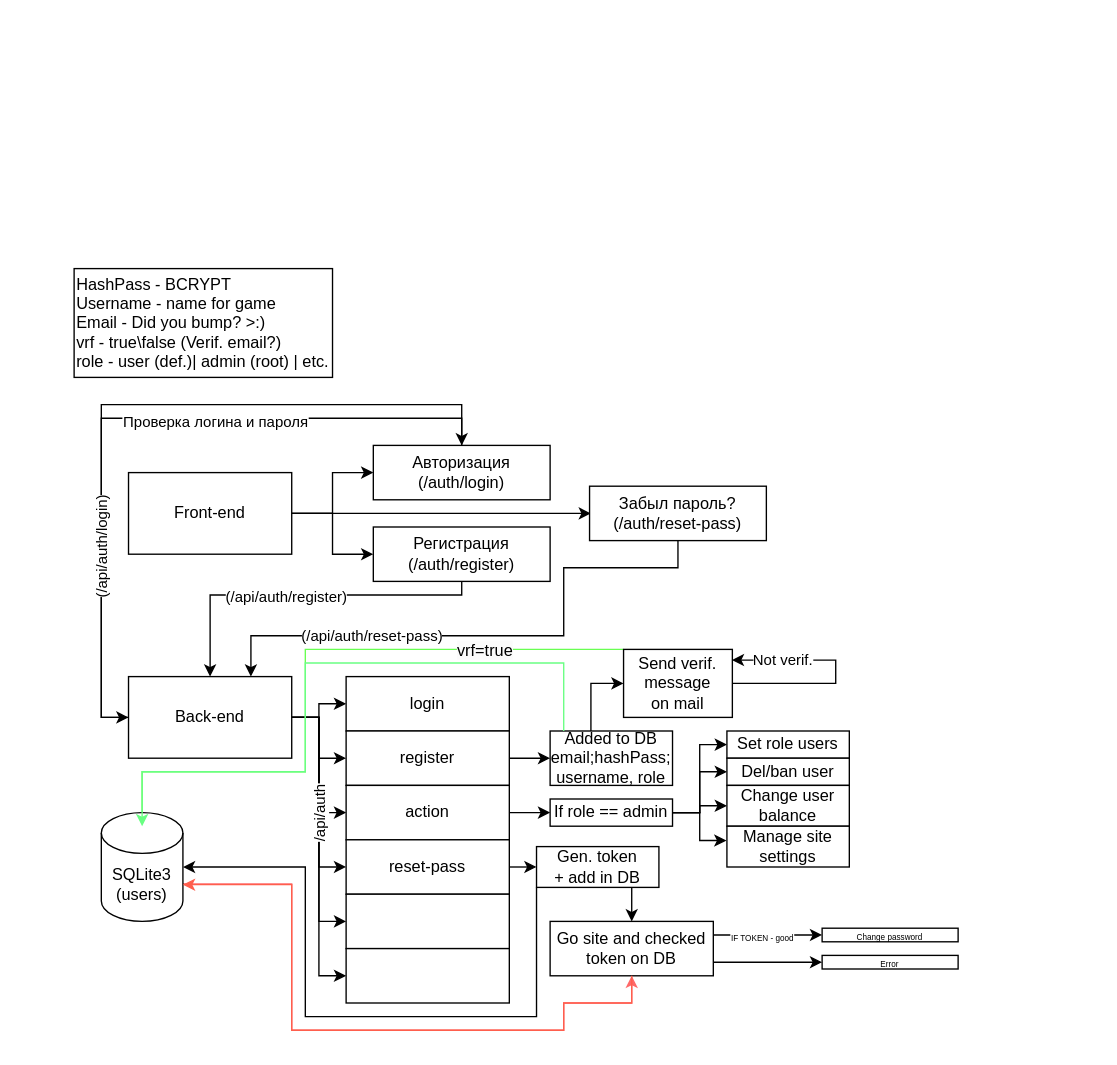
Above: Site-node.js.drawio in akirovitaliXD/Git (draw.io), before the change. Source tidied: cells renumbered, new cells numbered last; positions are measured from the earlier drawing's top-left corner, leaving out a move shared by most shapes. Both pictures are drawn from the tidied source at 136%, with x=0, y=0 at pixel (73, 268).
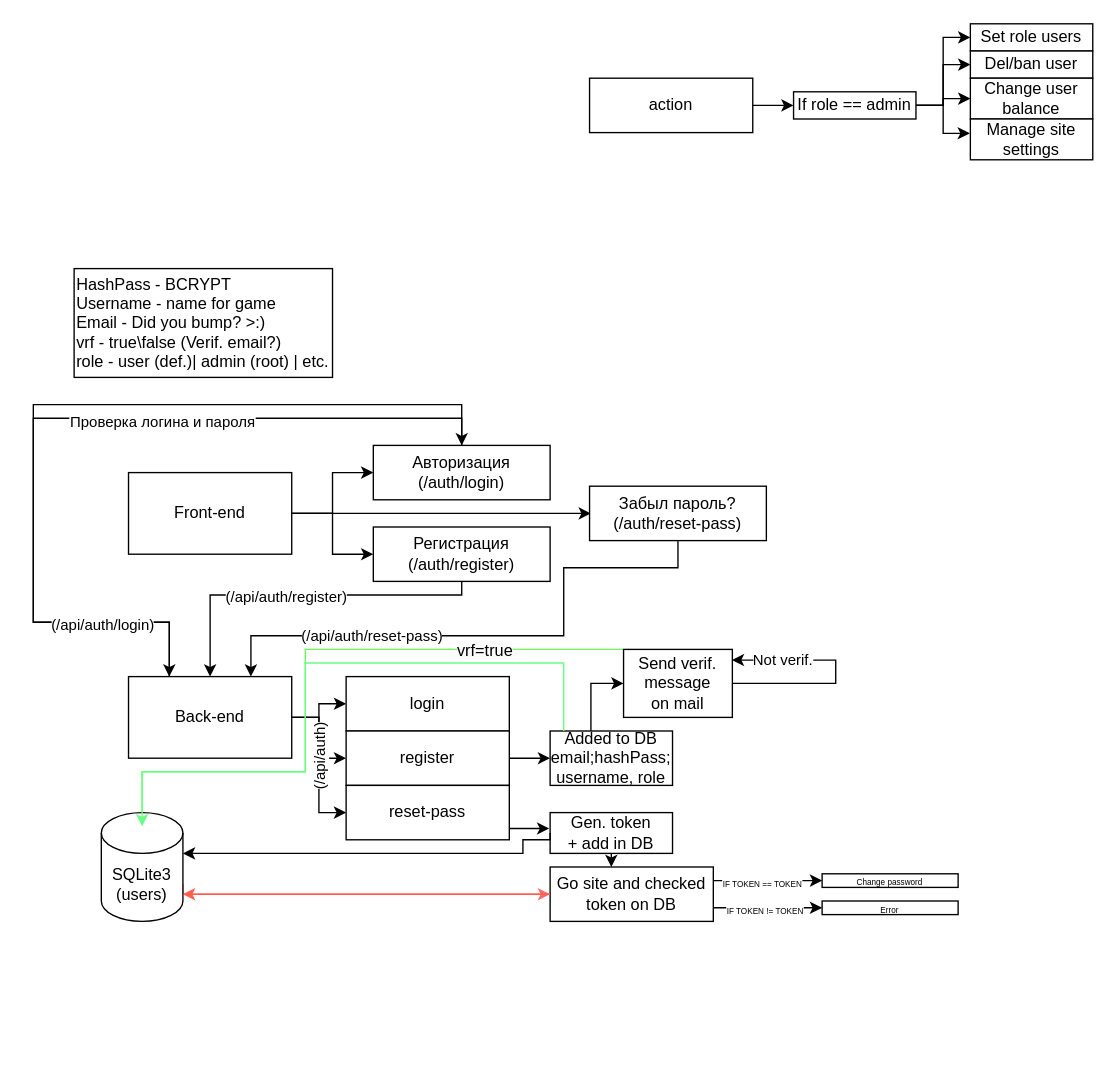
Above is the later version.

The change refers to these unchanged cells:
```xml
<mxCell id="8" style="edgeStyle=orthogonalEdgeStyle;rounded=0;jettySize=auto;html=1;entryX=0;entryY=0.5;entryDx=0;entryDy=0;" parent="1" edge="1" source="12" target="27">
  <mxGeometry relative="1" as="geometry" />
</mxCell>
<mxCell id="12" value="Back-end" style="rounded=0;whiteSpace=wrap;html=1;" parent="1" vertex="1">
  <mxGeometry x="40" y="300" width="120" height="60" as="geometry" />
</mxCell>
<mxCell id="18" value="Авторизация&lt;br&gt;(/auth/login)" style="rounded=0;whiteSpace=wrap;html=1;" parent="1" vertex="1">
  <mxGeometry x="220" y="130" width="130" height="40" as="geometry" />
</mxCell>
<mxCell id="38" value="SQLite3&lt;br&gt;(users)" style="shape=cylinder3;whiteSpace=wrap;html=1;boundedLbl=1;backgroundOutline=1;size=15;" parent="1" vertex="1">
  <mxGeometry x="20" y="400" width="60" height="80" as="geometry" />
</mxCell>
```

The edit, as a diff of the source:
```diff
@@
-    <mxCell id="7" style="edgeStyle=orthogonalEdgeStyle;rounded=0;jettySize=auto;html=1;entryX=0;entryY=0.5;entryDx=0;entryDy=0;" parent="1" edge="1" source="12" target="26">
-      <mxGeometry relative="1" as="geometry" />
-    </mxCell>
@@
-    <mxCell id="9" style="edgeStyle=orthogonalEdgeStyle;rounded=0;jettySize=auto;html=1;entryX=0;entryY=0.5;entryDx=0;entryDy=0;" parent="1" edge="1" source="12" target="28">
-      <mxGeometry relative="1" as="geometry" />
-    </mxCell>
-    <mxCell id="10" style="edgeStyle=orthogonalEdgeStyle;rounded=0;jettySize=auto;html=1;entryX=0;entryY=0.5;entryDx=0;entryDy=0;" parent="1" edge="1" source="12" target="29">
-      <mxGeometry relative="1" as="geometry" />
-    </mxCell>
-    <mxCell id="11" value="/api/auth" style="edgeLabel;html=1;align=center;verticalAlign=middle;rotation=-90;" parent="10" vertex="1">
-      <mxGeometry x="-0.2" relative="1" as="geometry" />
-    </mxCell>
+    <mxCell id="64" value="(/api/auth)" style="edgeLabel;html=1;align=center;verticalAlign=middle;rotation=-90;" parent="8" vertex="1">
+      <mxGeometry x="-0.21" relative="1" as="geometry">
+        <mxPoint y="7" as="offset" />
+      </mxGeometry>
+    </mxCell>
@@
-    <mxCell id="16" style="edgeStyle=orthogonalEdgeStyle;rounded=0;jettySize=auto;html=1;entryX=0;entryY=0.5;entryDx=0;entryDy=0;" parent="1" edge="1" source="18" target="12">
+    <mxCell id="16" style="edgeStyle=orthogonalEdgeStyle;rounded=0;jettySize=auto;html=1;entryX=0.25;entryY=0;entryDx=0;entryDy=0;" parent="1" edge="1" source="18" target="12">
       <mxGeometry relative="1" as="geometry">
         <Array as="points">
           <mxPoint x="285" y="110" />
-          <mxPoint x="20" y="110" />
-          <mxPoint x="20" y="330" />
+          <mxPoint x="-30" y="110" />
+          <mxPoint x="-30" y="260" />
+          <mxPoint x="70" y="260" />
         </Array>
       </mxGeometry>
     </mxCell>
@@
-    <mxCell id="20" style="edgeStyle=orthogonalEdgeStyle;rounded=0;jettySize=auto;html=1;entryX=0.5;entryY=0;entryDx=0;entryDy=0;" parent="1" edge="1" source="12" target="18">
+    <mxCell id="20" style="edgeStyle=orthogonalEdgeStyle;rounded=0;jettySize=auto;html=1;entryX=0.5;entryY=0;entryDx=0;entryDy=0;exitX=0.25;exitY=0;exitDx=0;exitDy=0;" parent="1" edge="1" source="12" target="18">
       <mxGeometry relative="1" as="geometry">
         <Array as="points">
-          <mxPoint x="20" y="330" />
-          <mxPoint x="20" y="100" />
+          <mxPoint x="70" y="260" />
+          <mxPoint x="-30" y="260" />
+          <mxPoint x="-30" y="100" />
           <mxPoint x="285" y="100" />
         </Array>
       </mxGeometry>
     </mxCell>
-    <mxCell id="21" value="(/api/auth/login)" style="edgeLabel;html=1;align=center;verticalAlign=middle;rotation=-90;" parent="20" vertex="1">
-      <mxGeometry x="-0.47" relative="1" as="geometry" />
+    <mxCell id="21" value="(/api/auth/login)" style="edgeLabel;html=1;align=center;verticalAlign=middle;rotation=0;" parent="20" vertex="1">
+      <mxGeometry x="-0.47" relative="1" as="geometry">
+        <mxPoint x="50" y="32" as="offset" />
+      </mxGeometry>
     </mxCell>
@@
     <mxCell id="25" style="edgeStyle=orthogonalEdgeStyle;rounded=0;jettySize=auto;html=1;" parent="1" edge="1" source="26">
       <mxGeometry relative="1" as="geometry">
-        <mxPoint x="350" y="400" as="targetPoint" />
+        <mxPoint x="529" y="-120" as="targetPoint" />
       </mxGeometry>
     </mxCell>
     <mxCell id="26" value="action" style="rounded=0;whiteSpace=wrap;html=1;" parent="1" vertex="1">
-      <mxGeometry x="200" y="380" width="120" height="40" as="geometry" />
+      <mxGeometry x="379" y="-140" width="120" height="40" as="geometry" />
     </mxCell>
     <mxCell id="27" value="reset-pass" style="rounded=0;whiteSpace=wrap;html=1;" parent="1" vertex="1">
-      <mxGeometry x="200" y="420" width="120" height="40" as="geometry" />
+      <mxGeometry x="200" y="380" width="120" height="40" as="geometry" />
     </mxCell>
-    <mxCell id="28" style="rounded=0;whiteSpace=wrap;html=1;" parent="1" vertex="1">
-      <mxGeometry x="200" y="460" width="120" height="40" as="geometry" />
-    </mxCell>
-    <mxCell id="29" style="rounded=0;whiteSpace=wrap;html=1;" parent="1" vertex="1">
-      <mxGeometry x="200" y="500" width="120" height="40" as="geometry" />
-    </mxCell>
@@
-    <mxCell id="37" style="edgeStyle=orthogonalEdgeStyle;rounded=0;jettySize=auto;html=1;exitX=1;exitY=0;exitDx=0;exitDy=52.5;exitPerimeter=0;strokeColor=#FF6969;" parent="1" edge="1" source="38">
+    <mxCell id="37" style="edgeStyle=orthogonalEdgeStyle;rounded=0;jettySize=auto;html=1;exitX=1;exitY=0;exitDx=0;exitDy=52.5;exitPerimeter=0;strokeColor=#FF6969;entryX=0;entryY=0.5;entryDx=0;entryDy=0;" parent="1" edge="1" source="38" target="57">
       <mxGeometry relative="1" as="geometry">
-        <mxPoint x="410" y="520" as="targetPoint" />
         <Array as="points">
-          <mxPoint x="160" y="453" />
-          <mxPoint x="160" y="560" />
-          <mxPoint x="360" y="560" />
-          <mxPoint x="360" y="540" />
-          <mxPoint x="410" y="540" />
+          <mxPoint x="80" y="460" />
         </Array>
       </mxGeometry>
     </mxCell>
@@
     <mxCell id="43" style="edgeStyle=orthogonalEdgeStyle;rounded=0;jettySize=auto;html=1;entryX=-0.004;entryY=0.351;entryDx=0;entryDy=0;entryPerimeter=0;" parent="1" edge="1" target="48">
       <mxGeometry relative="1" as="geometry">
-        <mxPoint x="429" y="400" as="sourcePoint" />
+        <mxPoint x="608" y="-120" as="sourcePoint" />
         <Array as="points">
-          <mxPoint x="460" y="400" />
-          <mxPoint x="460" y="421" />
+          <mxPoint x="639" y="-120" />
+          <mxPoint x="639" y="-99" />
         </Array>
       </mxGeometry>
     </mxCell>
     <mxCell id="44" value="If role == admin" style="rounded=0;whiteSpace=wrap;html=1;" parent="1" vertex="1">
-      <mxGeometry x="350" y="390" width="90" height="20" as="geometry" />
+      <mxGeometry x="529" y="-130" width="90" height="20" as="geometry" />
     </mxCell>
     <mxCell id="45" value="Set role users" style="rounded=0;whiteSpace=wrap;html=1;" parent="1" vertex="1">
-      <mxGeometry x="480" y="340" width="90" height="20" as="geometry" />
+      <mxGeometry x="659" y="-180" width="90" height="20" as="geometry" />
     </mxCell>
     <mxCell id="46" value="Del/ban user" style="rounded=0;whiteSpace=wrap;html=1;" parent="1" vertex="1">
-      <mxGeometry x="480" y="360" width="90" height="20" as="geometry" />
+      <mxGeometry x="659" y="-160" width="90" height="20" as="geometry" />
     </mxCell>
     <mxCell id="47" value="Change user balance" style="rounded=0;whiteSpace=wrap;html=1;" parent="1" vertex="1">
-      <mxGeometry x="480" y="380" width="90" height="30" as="geometry" />
+      <mxGeometry x="659" y="-140" width="90" height="30" as="geometry" />
     </mxCell>
     <mxCell id="48" value="Manage site settings" style="rounded=0;whiteSpace=wrap;html=1;" parent="1" vertex="1">
-      <mxGeometry x="480" y="410" width="90" height="30" as="geometry" />
+      <mxGeometry x="659" y="-110" width="90" height="30" as="geometry" />
     </mxCell>
@@
-    <mxCell id="50" style="edgeStyle=orthogonalEdgeStyle;rounded=0;jettySize=auto;html=1;" parent="1" edge="1" source="27">
+    <mxCell id="50" style="edgeStyle=orthogonalEdgeStyle;rounded=0;jettySize=auto;html=1;entryX=-0.007;entryY=0.389;entryDx=0;entryDy=0;entryPerimeter=0;" parent="1" edge="1" source="27" target="52">
       <mxGeometry relative="1" as="geometry">
-        <mxPoint x="340" y="440" as="targetPoint" />
+        <Array as="points">
+          <mxPoint x="340" y="412" />
+        </Array>
       </mxGeometry>
     </mxCell>
@@
     <mxCell id="52" value="Gen. token&lt;br&gt;+ add in DB" style="rounded=0;whiteSpace=wrap;html=1;" parent="1" vertex="1">
-      <mxGeometry x="340" y="425" width="90" height="30" as="geometry" />
+      <mxGeometry x="350" y="400" width="90" height="30" as="geometry" />
     </mxCell>
-    <mxCell id="53" style="edgeStyle=orthogonalEdgeStyle;rounded=0;jettySize=auto;html=1;entryX=1;entryY=0.5;entryDx=0;entryDy=0;entryPerimeter=0;exitX=0;exitY=1;exitDx=0;exitDy=0;" parent="1" edge="1" source="52" target="38">
+    <mxCell id="53" style="edgeStyle=orthogonalEdgeStyle;rounded=0;jettySize=auto;html=1;exitX=0;exitY=0.5;exitDx=0;exitDy=0;" parent="1" edge="1" source="52">
       <mxGeometry relative="1" as="geometry">
+        <mxPoint x="80" y="430" as="targetPoint" />
         <Array as="points">
-          <mxPoint x="340" y="550" />
-          <mxPoint x="170" y="550" />
-          <mxPoint x="170" y="440" />
+          <mxPoint x="350" y="420" />
+          <mxPoint x="330" y="420" />
+          <mxPoint x="330" y="430" />
+          <mxPoint x="80" y="430" />
         </Array>
       </mxGeometry>
     </mxCell>
     <mxCell id="54" style="edgeStyle=orthogonalEdgeStyle;rounded=0;jettySize=auto;html=1;exitX=1;exitY=0.25;exitDx=0;exitDy=0;" parent="1" edge="1" source="57">
       <mxGeometry relative="1" as="geometry">
-        <mxPoint x="550" y="490" as="targetPoint" />
+        <mxPoint x="550" y="450" as="targetPoint" />
       </mxGeometry>
     </mxCell>
-    <mxCell id="55" value="&lt;font style=&quot;font-size: 6px;&quot;&gt;IF TOKEN - good&lt;/font&gt;" style="edgeLabel;html=1;align=center;verticalAlign=middle;" parent="54" vertex="1">
+    <mxCell id="55" value="&lt;font style=&quot;font-size: 6px;&quot;&gt;IF TOKEN == TOKEN&lt;/font&gt;" style="edgeLabel;html=1;align=center;verticalAlign=middle;" parent="54" vertex="1">
       <mxGeometry x="-0.13" relative="1" as="geometry" />
     </mxCell>
     <mxCell id="56" style="edgeStyle=orthogonalEdgeStyle;rounded=0;jettySize=auto;html=1;exitX=1;exitY=0.75;exitDx=0;exitDy=0;" parent="1" edge="1" source="57">
       <mxGeometry relative="1" as="geometry">
-        <mxPoint x="550" y="510" as="targetPoint" />
+        <mxPoint x="550" y="470" as="targetPoint" />
         <Array as="points">
-          <mxPoint x="530" y="510" />
-          <mxPoint x="530" y="510" />
+          <mxPoint x="530" y="470" />
+          <mxPoint x="530" y="470" />
         </Array>
       </mxGeometry>
     </mxCell>
+    <mxCell id="65" value="&lt;span style=&quot;font-size: 6px;&quot;&gt;IF TOKEN != TOKEN&lt;/span&gt;" style="edgeLabel;html=1;align=center;verticalAlign=middle;" parent="56" vertex="1">
+      <mxGeometry x="-0.07" relative="1" as="geometry" />
+    </mxCell>
     <mxCell id="57" value="Go site and checked token on DB" style="whiteSpace=wrap;html=1;rounded=0;" parent="1" vertex="1">
-      <mxGeometry x="350" y="480" width="120" height="40" as="geometry" />
+      <mxGeometry x="350" y="440" width="120" height="40" as="geometry" />
     </mxCell>
-    <mxCell id="58" style="edgeStyle=orthogonalEdgeStyle;rounded=0;jettySize=auto;html=1;exitX=0.5;exitY=1;exitDx=0;exitDy=0;strokeColor=#FF5E4D;" parent="1" edge="1" source="57">
+    <mxCell id="58" style="edgeStyle=orthogonalEdgeStyle;rounded=0;jettySize=auto;html=1;strokeColor=#FF5E4D;exitX=0;exitY=0.5;exitDx=0;exitDy=0;" parent="1" edge="1" source="57">
       <mxGeometry relative="1" as="geometry">
-        <mxPoint x="80" y="453" as="targetPoint" />
+        <mxPoint x="80" y="460" as="targetPoint" />
         <Array as="points">
-          <mxPoint x="410" y="540" />
-          <mxPoint x="360" y="540" />
-          <mxPoint x="360" y="560" />
-          <mxPoint x="160" y="560" />
-          <mxPoint x="160" y="453" />
+          <mxPoint x="80" y="460" />
         </Array>
       </mxGeometry>
     </mxCell>
     <mxCell id="59" value="&lt;font style=&quot;font-size: 6px;&quot;&gt;Change password&lt;/font&gt;" style="rounded=0;whiteSpace=wrap;html=1;" parent="1" vertex="1">
-      <mxGeometry x="550" y="485" width="100" height="10" as="geometry" />
+      <mxGeometry x="550" y="445" width="100" height="10" as="geometry" />
     </mxCell>
     <mxCell id="60" value="&lt;font style=&quot;font-size: 6px;&quot;&gt;Error&lt;/font&gt;" style="rounded=0;whiteSpace=wrap;html=1;" parent="1" vertex="1">
-      <mxGeometry x="550" y="505" width="100" height="10" as="geometry" />
+      <mxGeometry x="550" y="465" width="100" height="10" as="geometry" />
     </mxCell>
```
